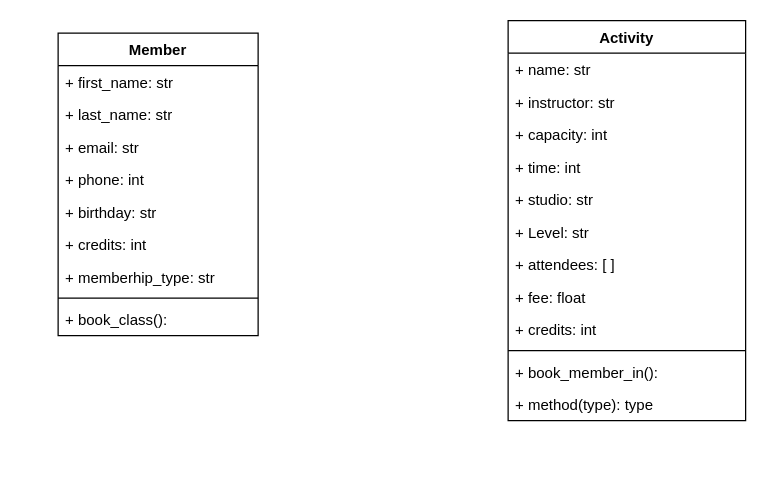
The draw.io diagram Project_Documents/Class_Diagram.drawio in Wellington-Black/Project_Web_Programming_with_Python, before the edit. Source tidied: cells renumbered, new cells numbered last; positions are measured from the earlier drawing's top-left corner, leaving out a move shared by most shapes. Both pictures are drawn from the tidied source at 125%, with x=0, y=0 at pixel (58, 20).
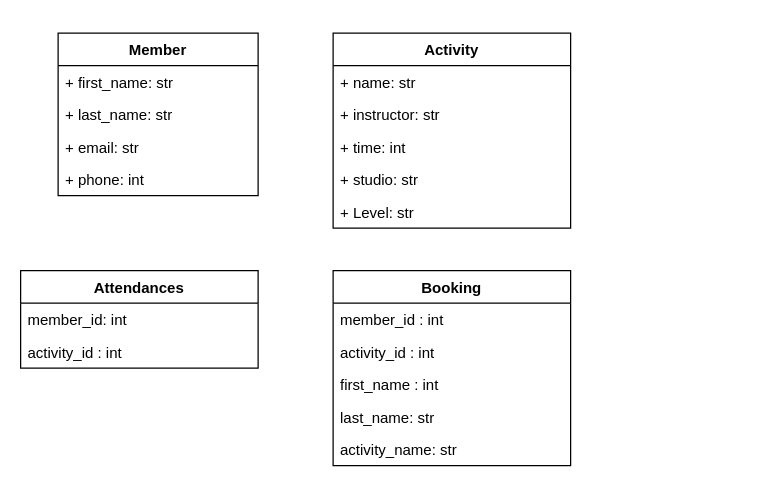
Above is the later version.

What changed in the source:
```diff
@@
     <mxCell id="2" value="Member" style="swimlane;fontStyle=1;align=center;verticalAlign=top;horizontal=1;startSize=26;" parent="1" vertex="1">
-      <mxGeometry y="10" width="160" height="242" as="geometry" />
+      <mxGeometry y="10" width="160" height="130" as="geometry" />
     </mxCell>
@@
-    <mxCell id="7" value="+ birthday: str" style="text;strokeColor=none;fillColor=none;align=left;verticalAlign=top;spacingLeft=4;spacingRight=4;overflow=hidden;" parent="2" vertex="1">
-      <mxGeometry y="130" width="160" height="26" as="geometry" />
-    </mxCell>
-    <mxCell id="8" value="+ credits: int" style="text;strokeColor=none;fillColor=none;align=left;verticalAlign=top;spacingLeft=4;spacingRight=4;overflow=hidden;" parent="2" vertex="1">
-      <mxGeometry y="156" width="160" height="26" as="geometry" />
-    </mxCell>
-    <mxCell id="9" value="+ memberhip_type: str" style="text;strokeColor=none;fillColor=none;align=left;verticalAlign=top;spacingLeft=4;spacingRight=4;overflow=hidden;" parent="2" vertex="1">
-      <mxGeometry y="182" width="160" height="26" as="geometry" />
-    </mxCell>
-    <mxCell id="10" style="line;strokeWidth=1;fillColor=none;align=left;verticalAlign=middle;spacingTop=-1;spacingLeft=3;spacingRight=3;labelPosition=right;" parent="2" vertex="1">
-      <mxGeometry y="208" width="160" height="8" as="geometry" />
-    </mxCell>
-    <mxCell id="11" value="+ book_class():" style="text;strokeColor=none;fillColor=none;align=left;verticalAlign=top;spacingLeft=4;spacingRight=4;overflow=hidden;" parent="2" vertex="1">
-      <mxGeometry y="216" width="160" height="26" as="geometry" />
-    </mxCell>
     <mxCell id="12" value="Activity" style="swimlane;fontStyle=1;align=center;verticalAlign=top;horizontal=1;startSize=26;" parent="1" vertex="1">
-      <mxGeometry x="360" width="190" height="320" as="geometry" />
+      <mxGeometry x="220" y="10" width="190" height="156" as="geometry" />
     </mxCell>
@@
-    <mxCell id="15" value="+ capacity: int" style="text;strokeColor=none;fillColor=none;align=left;verticalAlign=top;spacingLeft=4;spacingRight=4;overflow=hidden;" parent="12" vertex="1">
-      <mxGeometry y="78" width="190" height="26" as="geometry" />
-    </mxCell>
     <mxCell id="16" value="+ time: int" style="text;strokeColor=none;fillColor=none;align=left;verticalAlign=top;spacingLeft=4;spacingRight=4;overflow=hidden;" parent="12" vertex="1">
-      <mxGeometry y="104" width="190" height="26" as="geometry" />
+      <mxGeometry y="78" width="190" height="26" as="geometry" />
     </mxCell>
     <mxCell id="17" value="+ studio: str" style="text;strokeColor=none;fillColor=none;align=left;verticalAlign=top;spacingLeft=4;spacingRight=4;overflow=hidden;" parent="12" vertex="1">
-      <mxGeometry y="130" width="190" height="26" as="geometry" />
+      <mxGeometry y="104" width="190" height="26" as="geometry" />
     </mxCell>
     <mxCell id="18" value="+ Level: str" style="text;strokeColor=none;fillColor=none;align=left;verticalAlign=top;spacingLeft=4;spacingRight=4;overflow=hidden;" parent="12" vertex="1">
-      <mxGeometry y="156" width="190" height="26" as="geometry" />
+      <mxGeometry y="130" width="190" height="26" as="geometry" />
     </mxCell>
-    <mxCell id="19" value="+ attendees: [ ]" style="text;strokeColor=none;fillColor=none;align=left;verticalAlign=top;spacingLeft=4;spacingRight=4;overflow=hidden;" parent="12" vertex="1">
-      <mxGeometry y="182" width="190" height="26" as="geometry" />
-    </mxCell>
-    <mxCell id="20" value="+ fee: float&#10;" style="text;strokeColor=none;fillColor=none;align=left;verticalAlign=top;spacingLeft=4;spacingRight=4;overflow=hidden;" parent="12" vertex="1">
-      <mxGeometry y="208" width="190" height="26" as="geometry" />
-    </mxCell>
-    <mxCell id="21" value="+ credits: int&#10;" style="text;strokeColor=none;fillColor=none;align=left;verticalAlign=top;spacingLeft=4;spacingRight=4;overflow=hidden;" parent="12" vertex="1">
-      <mxGeometry y="234" width="190" height="26" as="geometry" />
-    </mxCell>
-    <mxCell id="22" style="line;strokeWidth=1;fillColor=none;align=left;verticalAlign=middle;spacingTop=-1;spacingLeft=3;spacingRight=3;labelPosition=right;" parent="12" vertex="1">
-      <mxGeometry y="260" width="190" height="8" as="geometry" />
-    </mxCell>
-    <mxCell id="23" value="+ book_member_in():" style="text;strokeColor=none;fillColor=none;align=left;verticalAlign=top;spacingLeft=4;spacingRight=4;overflow=hidden;" parent="12" vertex="1">
-      <mxGeometry y="268" width="190" height="26" as="geometry" />
-    </mxCell>
-    <mxCell id="24" value="+ method(type): type" style="text;strokeColor=none;fillColor=none;align=left;verticalAlign=top;spacingLeft=4;spacingRight=4;overflow=hidden;" parent="12" vertex="1">
-      <mxGeometry y="294" width="190" height="26" as="geometry" />
-    </mxCell>
+    <mxCell id="25" value="Attendances" style="swimlane;fontStyle=1;align=center;verticalAlign=top;horizontal=1;startSize=26;" parent="1" vertex="1">
+      <mxGeometry x="-30" y="200" width="190" height="78" as="geometry" />
+    </mxCell>
+    <mxCell id="26" value="member_id: int" style="text;strokeColor=none;fillColor=none;align=left;verticalAlign=top;spacingLeft=4;spacingRight=4;overflow=hidden;" parent="25" vertex="1">
+      <mxGeometry y="26" width="190" height="26" as="geometry" />
+    </mxCell>
+    <mxCell id="27" value="activity_id : int" style="text;strokeColor=none;fillColor=none;align=left;verticalAlign=top;spacingLeft=4;spacingRight=4;overflow=hidden;" parent="25" vertex="1">
+      <mxGeometry y="52" width="190" height="26" as="geometry" />
+    </mxCell>
+    <mxCell id="28" value="Booking" style="swimlane;fontStyle=1;align=center;verticalAlign=top;horizontal=1;startSize=26;" parent="1" vertex="1">
+      <mxGeometry x="220" y="200" width="190" height="156" as="geometry" />
+    </mxCell>
+    <mxCell id="29" value="member_id : int" style="text;strokeColor=none;fillColor=none;align=left;verticalAlign=top;spacingLeft=4;spacingRight=4;overflow=hidden;" parent="28" vertex="1">
+      <mxGeometry y="26" width="190" height="26" as="geometry" />
+    </mxCell>
+    <mxCell id="30" value="activity_id : int" style="text;strokeColor=none;fillColor=none;align=left;verticalAlign=top;spacingLeft=4;spacingRight=4;overflow=hidden;" parent="28" vertex="1">
+      <mxGeometry y="52" width="190" height="26" as="geometry" />
+    </mxCell>
+    <mxCell id="31" value="first_name : int" style="text;strokeColor=none;fillColor=none;align=left;verticalAlign=top;spacingLeft=4;spacingRight=4;overflow=hidden;" parent="28" vertex="1">
+      <mxGeometry y="78" width="190" height="26" as="geometry" />
+    </mxCell>
+    <mxCell id="32" value="last_name: str" style="text;strokeColor=none;fillColor=none;align=left;verticalAlign=top;spacingLeft=4;spacingRight=4;overflow=hidden;" parent="28" vertex="1">
+      <mxGeometry y="104" width="190" height="26" as="geometry" />
+    </mxCell>
+    <mxCell id="33" value="activity_name: str" style="text;strokeColor=none;fillColor=none;align=left;verticalAlign=top;spacingLeft=4;spacingRight=4;overflow=hidden;" parent="28" vertex="1">
+      <mxGeometry y="130" width="190" height="26" as="geometry" />
+    </mxCell>
```
